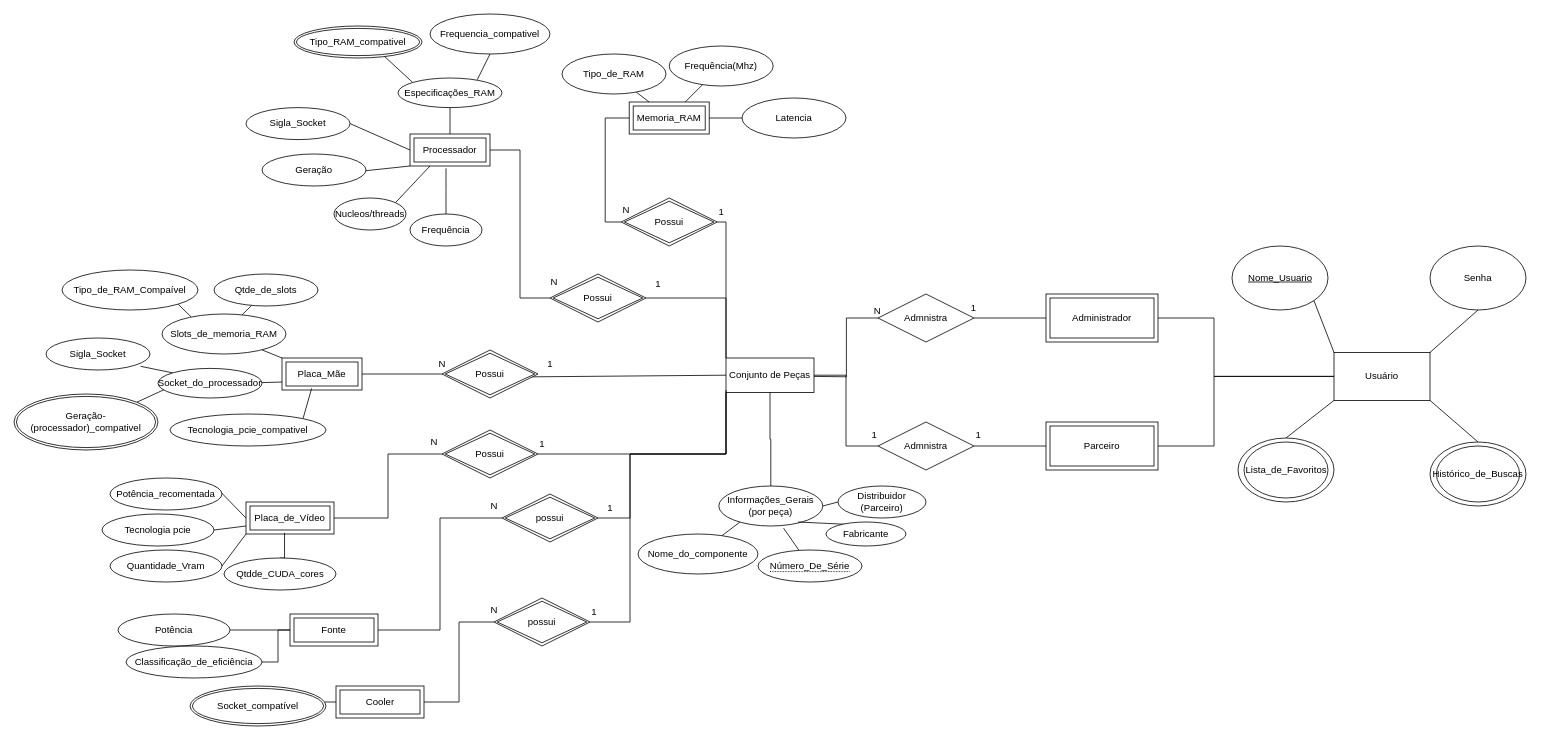
Above: Diagramas/DiagramaMER.drawio in Mateus-Fernandes-Barbosa/EngenhariaDeSoftware (draw.io), before the change. Source tidied: cells renumbered, new cells numbered last; positions are measured from the earlier drawing's top-left corner, leaving out a move shared by most shapes. Both pictures are drawn from the tidied source at 80%, with x=0, y=0 at pixel (14, 14).
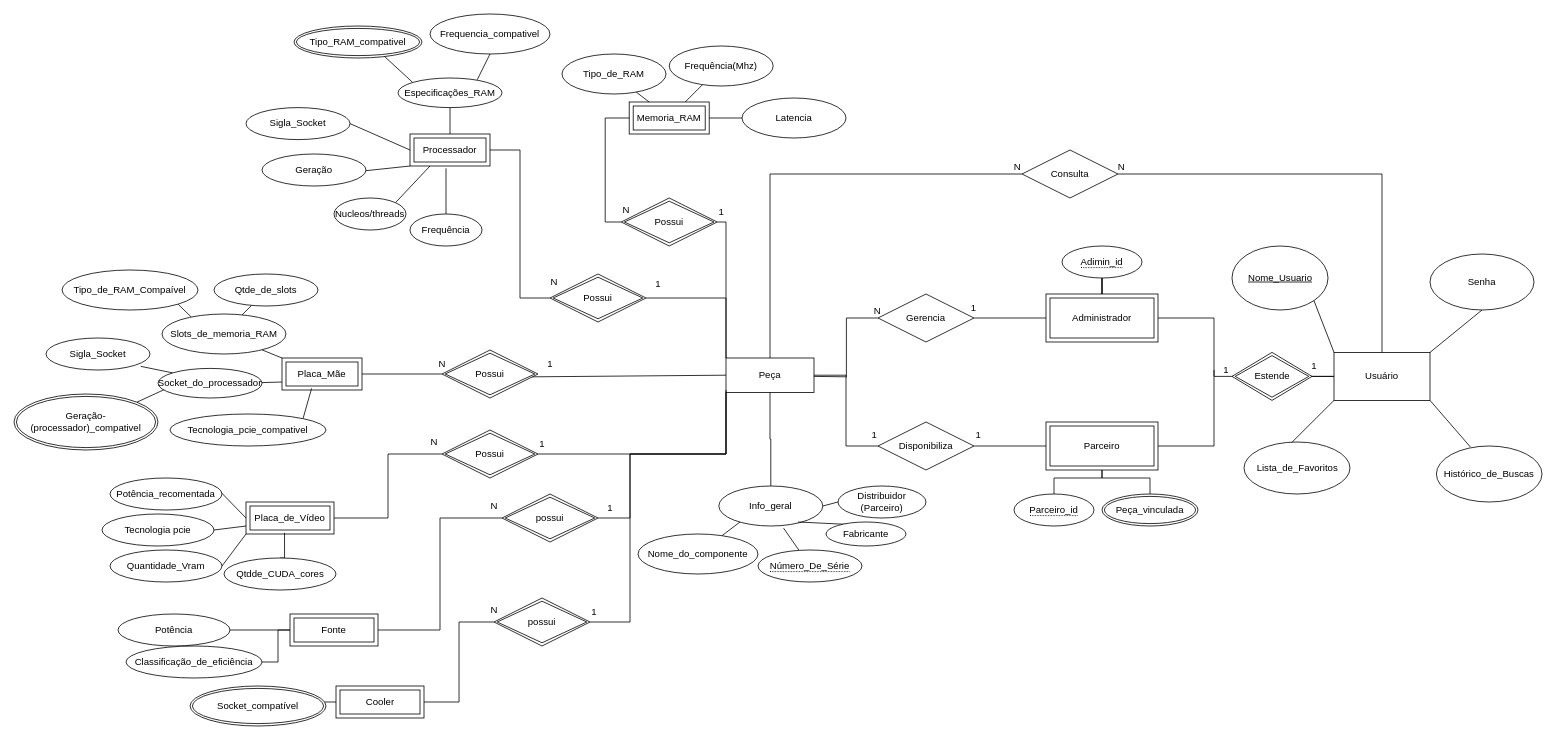
The same page after the edit.

Commit message:
Atualização do Diagrama MER

Unchanged cells that the change refers to:
```xml
<mxCell id="2" value="Usuário" style="rounded=0;whiteSpace=wrap;html=1;" parent="1" vertex="1">
  <mxGeometry x="1650" y="423" width="120" height="60" as="geometry" />
</mxCell>
<mxCell id="14" value="Administrador" style="shape=ext;margin=3;double=1;whiteSpace=wrap;html=1;align=center;" parent="1" vertex="1">
  <mxGeometry x="1290" y="350" width="140" height="60" as="geometry" />
</mxCell>
<mxCell id="16" value="Parceiro" style="shape=ext;margin=3;double=1;whiteSpace=wrap;html=1;align=center;" parent="1" vertex="1">
  <mxGeometry x="1290" y="510" width="140" height="60" as="geometry" />
</mxCell>
```

Diff of the diagram source:
```diff
@@
     <mxCell id="4" value="Senha" style="ellipse;whiteSpace=wrap;html=1;" parent="1" vertex="1">
-      <mxGeometry x="1770" y="290" width="120" height="80" as="geometry" />
+      <mxGeometry x="1770" y="300" width="130" height="70" as="geometry" />
     </mxCell>
-    <mxCell id="5" style="endArrow=none;html=1;rounded=0;exitX=0.5;exitY=0;exitDx=0;exitDy=0;entryX=0;entryY=1;entryDx=0;entryDy=0;" parent="1" edge="1" source="9" target="2">
+    <mxCell id="5" style="endArrow=none;html=1;rounded=0;exitX=0.441;exitY=0.029;exitDx=0;exitDy=0;entryX=0;entryY=1;entryDx=0;entryDy=0;exitPerimeter=0;" parent="1" edge="1" source="10" target="2">
       <mxGeometry relative="1" as="geometry" />
     </mxCell>
@@
-    <mxCell id="8" style="endArrow=none;html=1;rounded=0;entryX=1;entryY=1;entryDx=0;entryDy=0;exitX=0.5;exitY=0;exitDx=0;exitDy=0;" parent="1" edge="1" source="11" target="2">
+    <mxCell id="8" style="endArrow=none;html=1;rounded=0;entryX=1;entryY=1;entryDx=0;entryDy=0;exitX=0.322;exitY=0.018;exitDx=0;exitDy=0;exitPerimeter=0;" parent="1" edge="1" source="12" target="2">
       <mxGeometry relative="1" as="geometry" />
     </mxCell>
-    <mxCell id="9" style="ellipse;whiteSpace=wrap;html=1;fontColor=none;noLabel=1;labelBackgroundColor=none;" parent="1" vertex="1">
-      <mxGeometry x="1530" y="530" width="120" height="80" as="geometry" />
-    </mxCell>
     <mxCell id="10" value="Lista_de_Favoritos" style="ellipse;whiteSpace=wrap;html=1;" parent="1" vertex="1">
-      <mxGeometry x="1537.5" y="535" width="105" height="70" as="geometry" />
+      <mxGeometry x="1537.5" y="535" width="132.5" height="65" as="geometry" />
     </mxCell>
-    <mxCell id="11" style="ellipse;whiteSpace=wrap;html=1;fontColor=none;noLabel=1;labelBackgroundColor=none;" parent="1" vertex="1">
-      <mxGeometry x="1770" y="535" width="120" height="80" as="geometry" />
-    </mxCell>
     <mxCell id="12" value="Histórico_de_Buscas" style="ellipse;whiteSpace=wrap;html=1;" parent="1" vertex="1">
-      <mxGeometry x="1778" y="540" width="104" height="70" as="geometry" />
+      <mxGeometry x="1778" y="540" width="132" height="70" as="geometry" />
     </mxCell>
@@
-    <mxCell id="15" style="endArrow=none;html=1;rounded=0;exitX=0;exitY=0.5;exitDx=0;exitDy=0;edgeStyle=orthogonalEdgeStyle;" parent="1" edge="1" source="2" target="16">
+    <mxCell id="15" style="endArrow=none;html=1;rounded=0;exitX=0;exitY=0.5;exitDx=0;exitDy=0;edgeStyle=orthogonalEdgeStyle;" parent="1" edge="1" source="124" target="16">
       <mxGeometry relative="1" as="geometry">
         <Array as="points">
           <mxPoint x="1500" y="453" />
           <mxPoint x="1500" y="540" />
         </Array>
       </mxGeometry>
     </mxCell>
@@
-    <mxCell id="17" value="Admnistra" style="shape=rhombus;perimeter=rhombusPerimeter;whiteSpace=wrap;html=1;align=center;" parent="1" vertex="1">
+    <mxCell id="17" value="Gerencia" style="shape=rhombus;perimeter=rhombusPerimeter;whiteSpace=wrap;html=1;align=center;" parent="1" vertex="1">
       <mxGeometry x="1080" y="350" width="120" height="60" as="geometry" />
     </mxCell>
@@
-    <mxCell id="22" value="Conjunto de Peças" style="whiteSpace=wrap;html=1;align=center;" parent="1" vertex="1">
+    <mxCell id="22" value="Peça" style="whiteSpace=wrap;html=1;align=center;" parent="1" vertex="1">
       <mxGeometry x="890" y="430" width="110" height="43" as="geometry" />
     </mxCell>
@@
-    <mxCell id="50" value="Informações_Gerais&lt;br&gt;(por peça)" style="ellipse;whiteSpace=wrap;html=1;align=center;" parent="1" vertex="1">
+    <mxCell id="50" value="Info_geral" style="ellipse;whiteSpace=wrap;html=1;align=center;" parent="1" vertex="1">
       <mxGeometry x="881" y="590" width="130" height="50" as="geometry" />
     </mxCell>
@@
-    <mxCell id="118" value="Admnistra" style="shape=rhombus;perimeter=rhombusPerimeter;whiteSpace=wrap;html=1;align=center;" parent="1" vertex="1">
+    <mxCell id="118" value="Disponibiliza" style="shape=rhombus;perimeter=rhombusPerimeter;whiteSpace=wrap;html=1;align=center;" parent="1" vertex="1">
       <mxGeometry x="1080" y="510" width="120" height="60" as="geometry" />
     </mxCell>
@@
+    <mxCell id="122" style="endArrow=none;html=1;rounded=0;exitX=0;exitY=0.5;exitDx=0;exitDy=0;edgeStyle=orthogonalEdgeStyle;" parent="1" edge="1" source="2" target="123">
+      <mxGeometry relative="1" as="geometry" />
+    </mxCell>
+    <mxCell id="123" value="Estende" style="shape=rhombus;double=1;perimeter=rhombusPerimeter;whiteSpace=wrap;html=1;align=center;" parent="1" vertex="1">
+      <mxGeometry x="1522.5" y="423" width="100" height="60" as="geometry" />
+    </mxCell>
+    <mxCell id="124" value="1" style="text;html=1;align=center;verticalAlign=middle;points=[];strokeColor=none;fillColor=none;" parent="1" vertex="1">
+      <mxGeometry x="1500" y="430" width="30" height="30" as="geometry" />
+    </mxCell>
+    <mxCell id="125" value="1" style="text;html=1;align=center;verticalAlign=middle;strokeColor=none;fillColor=none;" parent="1" vertex="1">
+      <mxGeometry x="1610" y="425" width="30" height="30" as="geometry" />
+    </mxCell>
+    <mxCell id="126" style="edgeStyle=orthogonalEdgeStyle;rounded=0;jettySize=auto;html=1;endArrow=none;endFill=0;" parent="1" edge="1" source="127" target="14">
+      <mxGeometry relative="1" as="geometry" />
+    </mxCell>
+    <mxCell id="127" value="&lt;span style=&quot;border-bottom: 1px dotted&quot;&gt;Adimin_id&lt;/span&gt;" style="ellipse;whiteSpace=wrap;html=1;align=center;" parent="1" vertex="1">
+      <mxGeometry x="1310" y="290" width="100" height="40" as="geometry" />
+    </mxCell>
+    <mxCell id="128" style="edgeStyle=orthogonalEdgeStyle;rounded=0;jettySize=auto;html=1;exitX=0.5;exitY=0;exitDx=0;exitDy=0;entryX=0.5;entryY=1;entryDx=0;entryDy=0;endArrow=none;endFill=0;" parent="1" edge="1" source="129" target="16">
+      <mxGeometry relative="1" as="geometry" />
+    </mxCell>
+    <mxCell id="129" value="&lt;span style=&quot;border-bottom: 1px dotted&quot;&gt;Parceiro_id&lt;/span&gt;" style="ellipse;whiteSpace=wrap;html=1;align=center;" parent="1" vertex="1">
+      <mxGeometry x="1250" y="600" width="100" height="40" as="geometry" />
+    </mxCell>
+    <mxCell id="130" style="edgeStyle=orthogonalEdgeStyle;rounded=0;jettySize=auto;html=1;exitX=0.5;exitY=0;exitDx=0;exitDy=0;entryX=0.5;entryY=1;entryDx=0;entryDy=0;endArrow=none;endFill=0;" parent="1" edge="1" source="131" target="16">
+      <mxGeometry relative="1" as="geometry" />
+    </mxCell>
+    <mxCell id="131" value="Peça_vinculada" style="ellipse;shape=doubleEllipse;margin=3;whiteSpace=wrap;html=1;align=center;" parent="1" vertex="1">
+      <mxGeometry x="1360" y="600" width="120" height="40" as="geometry" />
+    </mxCell>
+    <mxCell id="132" style="edgeStyle=orthogonalEdgeStyle;rounded=0;jettySize=auto;html=1;exitX=1;exitY=0.5;exitDx=0;exitDy=0;entryX=0.5;entryY=0;entryDx=0;entryDy=0;endArrow=none;endFill=0;" parent="1" edge="1" source="134" target="2">
+      <mxGeometry relative="1" as="geometry" />
+    </mxCell>
+    <mxCell id="133" style="edgeStyle=orthogonalEdgeStyle;rounded=0;jettySize=auto;html=1;exitX=0;exitY=0.5;exitDx=0;exitDy=0;endArrow=none;endFill=0;" parent="1" edge="1" source="134" target="22">
+      <mxGeometry relative="1" as="geometry" />
+    </mxCell>
+    <mxCell id="134" value="Consulta" style="shape=rhombus;perimeter=rhombusPerimeter;whiteSpace=wrap;html=1;align=center;" parent="1" vertex="1">
+      <mxGeometry x="1260" y="170" width="120" height="60" as="geometry" />
+    </mxCell>
+    <mxCell id="135" value="N" style="html=1;whiteSpace=wrap;align=right;verticalAlign=bottom;" parent="1" vertex="1">
+      <mxGeometry x="1260" y="200" as="geometry" />
+    </mxCell>
+    <mxCell id="136" value="N" style="html=1;whiteSpace=wrap;align=right;verticalAlign=bottom;" parent="1" vertex="1">
+      <mxGeometry x="1390" y="200" as="geometry" />
+    </mxCell>
```
